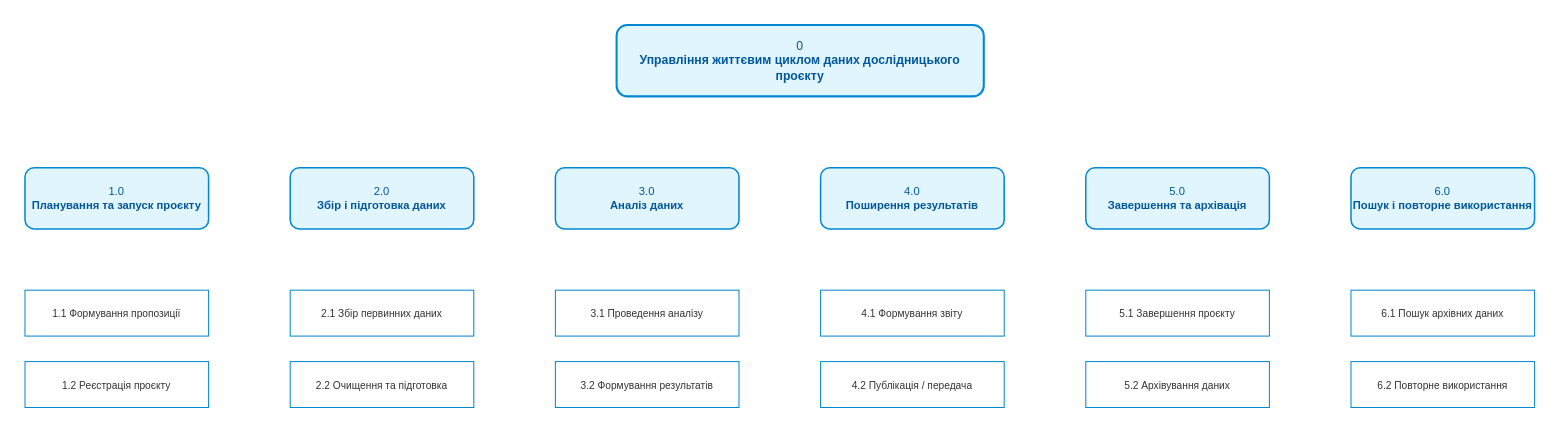
Earlier version of the draw.io diagram page "Node Tree" (3 of 4) of Lab2.drawio (MikeSydo/Development-and-Design-of-Information-Systems). Source tidied: cells renumbered, new cells numbered last; positions are measured from the earlier drawing's top-left corner, leaving out a move shared by most shapes. Both pictures are drawn from the tidied source at 102%, with x=0, y=0 at pixel (24, 24).
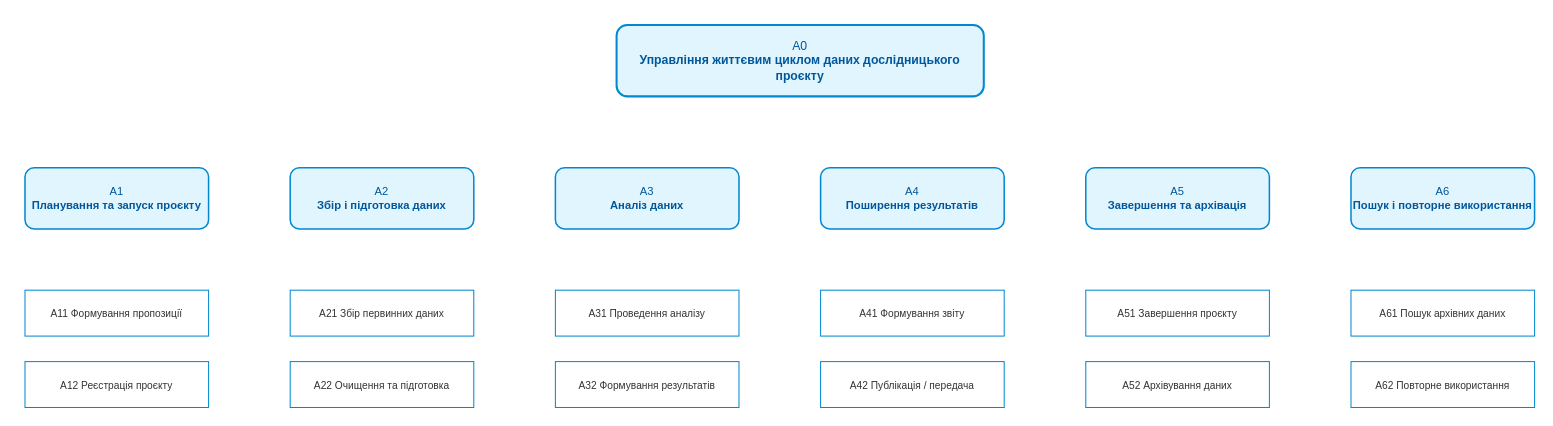
The same page after the edit.

Diff of the diagram source:
```diff
@@
-    <mxCell id="2" value="0&lt;br&gt;&lt;b&gt;Управління життєвим циклом даних дослідницького проєкту&lt;/b&gt;" style="rounded=1;whiteSpace=wrap;html=1;fillColor=#E1F5FE;strokeColor=#0288D1;strokeWidth=2;fontColor=#01579B;fontSize=12;align=center;" parent="1" vertex="1">
+    <mxCell id="2" value="А0&lt;br&gt;&lt;b&gt;Управління життєвим циклом даних дослідницького проєкту&lt;/b&gt;" style="rounded=1;whiteSpace=wrap;html=1;fillColor=#E1F5FE;strokeColor=#0288D1;strokeWidth=2;fontColor=#01579B;fontSize=12;align=center;" parent="1" vertex="1">
       <mxGeometry x="580" width="360" height="70" as="geometry" />
     </mxCell>
-    <mxCell id="3" value="1.0&lt;br&gt;&lt;b&gt;Планування та запуск проєкту&lt;/b&gt;" style="rounded=1;whiteSpace=wrap;html=1;fillColor=#E1F5FE;strokeColor=#0288D1;strokeWidth=1.5;fontColor=#01579B;fontSize=11;align=center;" parent="1" vertex="1">
+    <mxCell id="3" value="А1&lt;br&gt;&lt;b&gt;Планування та запуск проєкту&lt;/b&gt;" style="rounded=1;whiteSpace=wrap;html=1;fillColor=#E1F5FE;strokeColor=#0288D1;strokeWidth=1.5;fontColor=#01579B;fontSize=11;align=center;" parent="1" vertex="1">
       <mxGeometry y="140" width="180" height="60" as="geometry" />
     </mxCell>
-    <mxCell id="4" value="2.0&lt;br&gt;&lt;b&gt;Збір і підготовка даних&lt;/b&gt;" style="rounded=1;whiteSpace=wrap;html=1;fillColor=#E1F5FE;strokeColor=#0288D1;strokeWidth=1.5;fontColor=#01579B;fontSize=11;align=center;" parent="1" vertex="1">
+    <mxCell id="4" value="А2&lt;br&gt;&lt;b&gt;Збір і підготовка даних&lt;/b&gt;" style="rounded=1;whiteSpace=wrap;html=1;fillColor=#E1F5FE;strokeColor=#0288D1;strokeWidth=1.5;fontColor=#01579B;fontSize=11;align=center;" parent="1" vertex="1">
       <mxGeometry x="260" y="140" width="180" height="60" as="geometry" />
     </mxCell>
-    <mxCell id="5" value="3.0&lt;br&gt;&lt;b&gt;Аналіз даних&lt;/b&gt;" style="rounded=1;whiteSpace=wrap;html=1;fillColor=#E1F5FE;strokeColor=#0288D1;strokeWidth=1.5;fontColor=#01579B;fontSize=11;align=center;" parent="1" vertex="1">
+    <mxCell id="5" value="А3&lt;br&gt;&lt;b&gt;Аналіз даних&lt;/b&gt;" style="rounded=1;whiteSpace=wrap;html=1;fillColor=#E1F5FE;strokeColor=#0288D1;strokeWidth=1.5;fontColor=#01579B;fontSize=11;align=center;" parent="1" vertex="1">
       <mxGeometry x="520" y="140" width="180" height="60" as="geometry" />
     </mxCell>
-    <mxCell id="6" value="4.0&lt;br&gt;&lt;b&gt;Поширення результатів&lt;/b&gt;" style="rounded=1;whiteSpace=wrap;html=1;fillColor=#E1F5FE;strokeColor=#0288D1;strokeWidth=1.5;fontColor=#01579B;fontSize=11;align=center;" parent="1" vertex="1">
+    <mxCell id="6" value="А4&lt;br&gt;&lt;b&gt;Поширення результатів&lt;/b&gt;" style="rounded=1;whiteSpace=wrap;html=1;fillColor=#E1F5FE;strokeColor=#0288D1;strokeWidth=1.5;fontColor=#01579B;fontSize=11;align=center;" parent="1" vertex="1">
       <mxGeometry x="780" y="140" width="180" height="60" as="geometry" />
     </mxCell>
-    <mxCell id="7" value="5.0&lt;br&gt;&lt;b&gt;Завершення та архівація&lt;/b&gt;" style="rounded=1;whiteSpace=wrap;html=1;fillColor=#E1F5FE;strokeColor=#0288D1;strokeWidth=1.5;fontColor=#01579B;fontSize=11;align=center;" parent="1" vertex="1">
+    <mxCell id="7" value="А5&lt;br&gt;&lt;b&gt;Завершення та архівація&lt;/b&gt;" style="rounded=1;whiteSpace=wrap;html=1;fillColor=#E1F5FE;strokeColor=#0288D1;strokeWidth=1.5;fontColor=#01579B;fontSize=11;align=center;" parent="1" vertex="1">
       <mxGeometry x="1040" y="140" width="180" height="60" as="geometry" />
     </mxCell>
-    <mxCell id="8" value="6.0&lt;br&gt;&lt;b&gt;Пошук і повторне використання&lt;/b&gt;" style="rounded=1;whiteSpace=wrap;html=1;fillColor=#E1F5FE;strokeColor=#0288D1;strokeWidth=1.5;fontColor=#01579B;fontSize=11;align=center;" parent="1" vertex="1">
+    <mxCell id="8" value="А6&lt;br&gt;&lt;b&gt;Пошук і повторне використання&lt;/b&gt;" style="rounded=1;whiteSpace=wrap;html=1;fillColor=#E1F5FE;strokeColor=#0288D1;strokeWidth=1.5;fontColor=#01579B;fontSize=11;align=center;" parent="1" vertex="1">
       <mxGeometry x="1300" y="140" width="180" height="60" as="geometry" />
     </mxCell>
-    <mxCell id="9" value="1.1 Формування пропозиції" style="rounded=0;whiteSpace=wrap;html=1;fillColor=#FFFFFF;strokeColor=#0288D1;strokeWidth=1;fontColor=#333333;fontSize=10;align=center;" parent="1" vertex="1">
+    <mxCell id="9" value="А11 Формування пропозиції" style="rounded=0;whiteSpace=wrap;html=1;fillColor=#FFFFFF;strokeColor=#0288D1;strokeWidth=1;fontColor=#333333;fontSize=10;align=center;" parent="1" vertex="1">
       <mxGeometry y="260" width="180" height="45" as="geometry" />
     </mxCell>
-    <mxCell id="10" value="1.2 Реєстрація проєкту" style="rounded=0;whiteSpace=wrap;html=1;fillColor=#FFFFFF;strokeColor=#0288D1;strokeWidth=1;fontColor=#333333;fontSize=10;align=center;" parent="1" vertex="1">
+    <mxCell id="10" value="А12 Реєстрація проєкту" style="rounded=0;whiteSpace=wrap;html=1;fillColor=#FFFFFF;strokeColor=#0288D1;strokeWidth=1;fontColor=#333333;fontSize=10;align=center;" parent="1" vertex="1">
       <mxGeometry y="330" width="180" height="45" as="geometry" />
     </mxCell>
-    <mxCell id="11" value="2.1 Збір первинних даних" style="rounded=0;whiteSpace=wrap;html=1;fillColor=#FFFFFF;strokeColor=#0288D1;strokeWidth=1;fontColor=#333333;fontSize=10;align=center;" parent="1" vertex="1">
+    <mxCell id="11" value="А21 Збір первинних даних" style="rounded=0;whiteSpace=wrap;html=1;fillColor=#FFFFFF;strokeColor=#0288D1;strokeWidth=1;fontColor=#333333;fontSize=10;align=center;" parent="1" vertex="1">
       <mxGeometry x="260" y="260" width="180" height="45" as="geometry" />
     </mxCell>
-    <mxCell id="12" value="2.2 Очищення та підготовка" style="rounded=0;whiteSpace=wrap;html=1;fillColor=#FFFFFF;strokeColor=#0288D1;strokeWidth=1;fontColor=#333333;fontSize=10;align=center;" parent="1" vertex="1">
+    <mxCell id="12" value="А22 Очищення та підготовка" style="rounded=0;whiteSpace=wrap;html=1;fillColor=#FFFFFF;strokeColor=#0288D1;strokeWidth=1;fontColor=#333333;fontSize=10;align=center;" parent="1" vertex="1">
       <mxGeometry x="260" y="330" width="180" height="45" as="geometry" />
     </mxCell>
-    <mxCell id="13" value="3.1 Проведення аналізу" style="rounded=0;whiteSpace=wrap;html=1;fillColor=#FFFFFF;strokeColor=#0288D1;strokeWidth=1;fontColor=#333333;fontSize=10;align=center;" parent="1" vertex="1">
+    <mxCell id="13" value="А31 Проведення аналізу" style="rounded=0;whiteSpace=wrap;html=1;fillColor=#FFFFFF;strokeColor=#0288D1;strokeWidth=1;fontColor=#333333;fontSize=10;align=center;" parent="1" vertex="1">
       <mxGeometry x="520" y="260" width="180" height="45" as="geometry" />
     </mxCell>
-    <mxCell id="14" value="3.2 Формування результатів" style="rounded=0;whiteSpace=wrap;html=1;fillColor=#FFFFFF;strokeColor=#0288D1;strokeWidth=1;fontColor=#333333;fontSize=10;align=center;" parent="1" vertex="1">
+    <mxCell id="14" value="А32 Формування результатів" style="rounded=0;whiteSpace=wrap;html=1;fillColor=#FFFFFF;strokeColor=#0288D1;strokeWidth=1;fontColor=#333333;fontSize=10;align=center;" parent="1" vertex="1">
       <mxGeometry x="520" y="330" width="180" height="45" as="geometry" />
     </mxCell>
-    <mxCell id="15" value="4.1 Формування звіту" style="rounded=0;whiteSpace=wrap;html=1;fillColor=#FFFFFF;strokeColor=#0288D1;strokeWidth=1;fontColor=#333333;fontSize=10;align=center;" parent="1" vertex="1">
+    <mxCell id="15" value="А41 Формування звіту" style="rounded=0;whiteSpace=wrap;html=1;fillColor=#FFFFFF;strokeColor=#0288D1;strokeWidth=1;fontColor=#333333;fontSize=10;align=center;" parent="1" vertex="1">
       <mxGeometry x="780" y="260" width="180" height="45" as="geometry" />
     </mxCell>
-    <mxCell id="16" value="4.2 Публікація / передача" style="rounded=0;whiteSpace=wrap;html=1;fillColor=#FFFFFF;strokeColor=#0288D1;strokeWidth=1;fontColor=#333333;fontSize=10;align=center;" parent="1" vertex="1">
+    <mxCell id="16" value="А42 Публікація / передача" style="rounded=0;whiteSpace=wrap;html=1;fillColor=#FFFFFF;strokeColor=#0288D1;strokeWidth=1;fontColor=#333333;fontSize=10;align=center;" parent="1" vertex="1">
       <mxGeometry x="780" y="330" width="180" height="45" as="geometry" />
     </mxCell>
-    <mxCell id="17" value="5.1 Завершення проєкту" style="rounded=0;whiteSpace=wrap;html=1;fillColor=#FFFFFF;strokeColor=#0288D1;strokeWidth=1;fontColor=#333333;fontSize=10;align=center;" parent="1" vertex="1">
+    <mxCell id="17" value="А51 Завершення проєкту" style="rounded=0;whiteSpace=wrap;html=1;fillColor=#FFFFFF;strokeColor=#0288D1;strokeWidth=1;fontColor=#333333;fontSize=10;align=center;" parent="1" vertex="1">
       <mxGeometry x="1040" y="260" width="180" height="45" as="geometry" />
     </mxCell>
-    <mxCell id="18" value="5.2 Архівування даних" style="rounded=0;whiteSpace=wrap;html=1;fillColor=#FFFFFF;strokeColor=#0288D1;strokeWidth=1;fontColor=#333333;fontSize=10;align=center;" parent="1" vertex="1">
+    <mxCell id="18" value="А52 Архівування даних" style="rounded=0;whiteSpace=wrap;html=1;fillColor=#FFFFFF;strokeColor=#0288D1;strokeWidth=1;fontColor=#333333;fontSize=10;align=center;" parent="1" vertex="1">
       <mxGeometry x="1040" y="330" width="180" height="45" as="geometry" />
     </mxCell>
-    <mxCell id="19" value="6.1 Пошук архівних даних" style="rounded=0;whiteSpace=wrap;html=1;fillColor=#FFFFFF;strokeColor=#0288D1;strokeWidth=1;fontColor=#333333;fontSize=10;align=center;" parent="1" vertex="1">
+    <mxCell id="19" value="А61 Пошук архівних даних" style="rounded=0;whiteSpace=wrap;html=1;fillColor=#FFFFFF;strokeColor=#0288D1;strokeWidth=1;fontColor=#333333;fontSize=10;align=center;" parent="1" vertex="1">
       <mxGeometry x="1300" y="260" width="180" height="45" as="geometry" />
     </mxCell>
-    <mxCell id="20" value="6.2 Повторне використання" style="rounded=0;whiteSpace=wrap;html=1;fillColor=#FFFFFF;strokeColor=#0288D1;strokeWidth=1;fontColor=#333333;fontSize=10;align=center;" parent="1" vertex="1">
+    <mxCell id="20" value="А62 Повторне використання" style="rounded=0;whiteSpace=wrap;html=1;fillColor=#FFFFFF;strokeColor=#0288D1;strokeWidth=1;fontColor=#333333;fontSize=10;align=center;" parent="1" vertex="1">
       <mxGeometry x="1300" y="330" width="180" height="45" as="geometry" />
     </mxCell>
```
